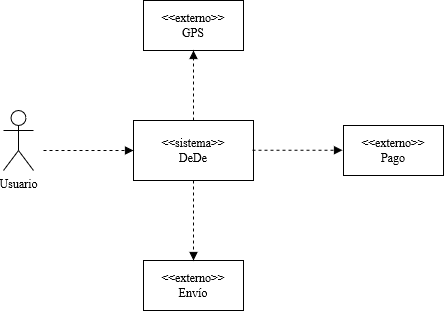
Arquisoft/dede_es6a keeps this draw.io diagram as docs/images/diagrama-contexto-negocio.png. Above is the earlier version. Source tidied: cells renumbered, new cells last; positions are measured from the earlier drawing's top-left corner, leaving out a move shared by most shapes. Its diagram source:
```xml
<mxGraphModel>
  <root>
    <mxCell id="0" />
    <mxCell id="1" parent="0" />
    <mxCell id="2" value="Usuario" style="shape=umlActor;verticalLabelPosition=bottom;verticalAlign=top;html=1;fontFamily=Times New Roman;" parent="1" vertex="1">
      <mxGeometry y="110" width="30" height="60" as="geometry" />
    </mxCell>
    <mxCell id="3" value="&lt;div&gt;&amp;lt;&amp;lt;sistema&amp;gt;&amp;gt;&lt;/div&gt;&lt;div&gt;DeDe&lt;br&gt;&lt;/div&gt;" style="rounded=0;whiteSpace=wrap;html=1;fontFamily=Times New Roman;" parent="1" vertex="1">
      <mxGeometry x="130" y="120" width="120" height="60" as="geometry" />
    </mxCell>
    <mxCell id="4" value="&lt;div&gt;&amp;lt;&amp;lt;&lt;font&gt;externo&lt;/font&gt;&amp;gt;&amp;gt;&lt;/div&gt;&lt;div&gt;Pago&lt;br&gt;&lt;/div&gt;" style="rounded=0;whiteSpace=wrap;html=1;fontFamily=Times New Roman;" parent="1" vertex="1">
      <mxGeometry x="340" y="125" width="100" height="50" as="geometry" />
    </mxCell>
    <mxCell id="5" value="&lt;div&gt;&amp;lt;&amp;lt;&lt;font&gt;externo&lt;/font&gt;&amp;gt;&amp;gt;&lt;/div&gt;&lt;div&gt;Envío&lt;br&gt;&lt;/div&gt;" style="rounded=0;whiteSpace=wrap;html=1;fontFamily=Times New Roman;" parent="1" vertex="1">
      <mxGeometry x="140" y="260" width="100" height="50" as="geometry" />
    </mxCell>
    <mxCell id="6" value="&lt;div&gt;&amp;lt;&amp;lt;&lt;font&gt;externo&lt;/font&gt;&amp;gt;&amp;gt;&lt;/div&gt;&lt;div&gt;GPS&lt;/div&gt;" style="rounded=0;whiteSpace=wrap;html=1;fontFamily=Times New Roman;" parent="1" vertex="1">
      <mxGeometry x="140" width="100" height="50" as="geometry" />
    </mxCell>
    <mxCell id="7" style="endArrow=block;html=1;rounded=0;fontFamily=Times New Roman;entryX=0;entryY=0.5;entryDx=0;entryDy=0;dashed=1;endFill=1;" parent="1" edge="1" target="3">
      <mxGeometry relative="1" as="geometry">
        <mxPoint x="40" y="150" as="sourcePoint" />
      </mxGeometry>
    </mxCell>
    <mxCell id="8" style="endArrow=block;html=1;rounded=0;fontFamily=Times New Roman;entryX=0.5;entryY=1;entryDx=0;entryDy=0;dashed=1;endFill=1;exitX=0.5;exitY=0;exitDx=0;exitDy=0;" parent="1" edge="1" source="3" target="6">
      <mxGeometry relative="1" as="geometry" />
    </mxCell>
    <mxCell id="9" style="endArrow=block;html=1;rounded=0;fontFamily=Times New Roman;entryX=0;entryY=0.5;entryDx=0;entryDy=0;dashed=1;endFill=1;" parent="1" edge="1">
      <mxGeometry relative="1" as="geometry">
        <mxPoint x="249" y="149.7" as="sourcePoint" />
        <mxPoint x="339" y="149.7" as="targetPoint" />
      </mxGeometry>
    </mxCell>
    <mxCell id="10" style="endArrow=block;html=1;rounded=0;fontFamily=Times New Roman;entryX=0.5;entryY=0;entryDx=0;entryDy=0;dashed=1;endFill=1;" parent="1" edge="1" target="5">
      <mxGeometry relative="1" as="geometry">
        <mxPoint x="190" y="180" as="sourcePoint" />
      </mxGeometry>
    </mxCell>
  </root>
</mxGraphModel>
```
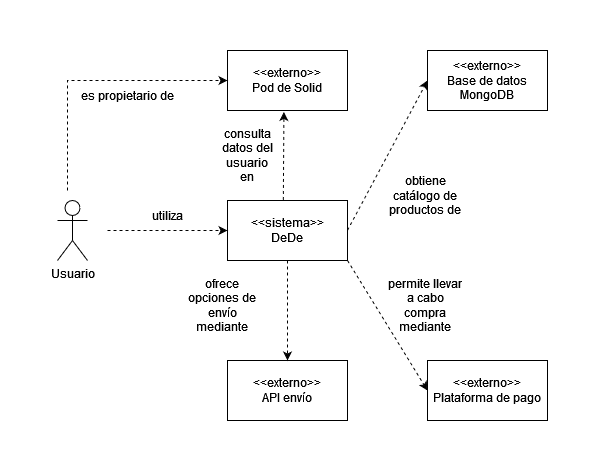
After the commit.

Change to the diagram source:
```diff
@@ -2,39 +2,71 @@
   <root>
     <mxCell id="0" />
     <mxCell id="1" parent="0" />
-    <mxCell id="2" value="Usuario" style="shape=umlActor;verticalLabelPosition=bottom;verticalAlign=top;html=1;fontFamily=Times New Roman;" parent="1" vertex="1">
-      <mxGeometry y="110" width="30" height="60" as="geometry" />
+    <mxCell id="2" value="Usuario" style="shape=umlActor;verticalLabelPosition=bottom;verticalAlign=top;html=1;" parent="1" vertex="1">
+      <mxGeometry x="-20" y="160" width="30" height="60" as="geometry" />
     </mxCell>
-    <mxCell id="3" value="&lt;div&gt;&amp;lt;&amp;lt;sistema&amp;gt;&amp;gt;&lt;/div&gt;&lt;div&gt;DeDe&lt;br&gt;&lt;/div&gt;" style="rounded=0;whiteSpace=wrap;html=1;fontFamily=Times New Roman;" parent="1" vertex="1">
-      <mxGeometry x="130" y="120" width="120" height="60" as="geometry" />
+    <mxCell id="3" value="&lt;div&gt;&amp;lt;&amp;lt;sistema&amp;gt;&amp;gt;&lt;/div&gt;&lt;div&gt;DeDe&lt;br&gt;&lt;/div&gt;" style="rounded=0;whiteSpace=wrap;html=1;" parent="1" vertex="1">
+      <mxGeometry x="150" y="160" width="120" height="60" as="geometry" />
     </mxCell>
-    <mxCell id="4" value="&lt;div&gt;&amp;lt;&amp;lt;&lt;font&gt;externo&lt;/font&gt;&amp;gt;&amp;gt;&lt;/div&gt;&lt;div&gt;Pago&lt;br&gt;&lt;/div&gt;" style="rounded=0;whiteSpace=wrap;html=1;fontFamily=Times New Roman;" parent="1" vertex="1">
-      <mxGeometry x="340" y="125" width="100" height="50" as="geometry" />
-    </mxCell>
-    <mxCell id="5" value="&lt;div&gt;&amp;lt;&amp;lt;&lt;font&gt;externo&lt;/font&gt;&amp;gt;&amp;gt;&lt;/div&gt;&lt;div&gt;Envío&lt;br&gt;&lt;/div&gt;" style="rounded=0;whiteSpace=wrap;html=1;fontFamily=Times New Roman;" parent="1" vertex="1">
-      <mxGeometry x="140" y="260" width="100" height="50" as="geometry" />
-    </mxCell>
-    <mxCell id="6" value="&lt;div&gt;&amp;lt;&amp;lt;&lt;font&gt;externo&lt;/font&gt;&amp;gt;&amp;gt;&lt;/div&gt;&lt;div&gt;GPS&lt;/div&gt;" style="rounded=0;whiteSpace=wrap;html=1;fontFamily=Times New Roman;" parent="1" vertex="1">
-      <mxGeometry x="140" width="100" height="50" as="geometry" />
-    </mxCell>
-    <mxCell id="7" style="endArrow=block;html=1;rounded=0;fontFamily=Times New Roman;entryX=0;entryY=0.5;entryDx=0;entryDy=0;dashed=1;endFill=1;" parent="1" edge="1" target="3">
-      <mxGeometry relative="1" as="geometry">
-        <mxPoint x="40" y="150" as="sourcePoint" />
-      </mxGeometry>
-    </mxCell>
-    <mxCell id="8" style="endArrow=block;html=1;rounded=0;fontFamily=Times New Roman;entryX=0.5;entryY=1;entryDx=0;entryDy=0;dashed=1;endFill=1;exitX=0.5;exitY=0;exitDx=0;exitDy=0;" parent="1" edge="1" source="3" target="6">
-      <mxGeometry relative="1" as="geometry" />
-    </mxCell>
-    <mxCell id="9" style="endArrow=block;html=1;rounded=0;fontFamily=Times New Roman;entryX=0;entryY=0.5;entryDx=0;entryDy=0;dashed=1;endFill=1;" parent="1" edge="1">
-      <mxGeometry relative="1" as="geometry">
-        <mxPoint x="249" y="149.7" as="sourcePoint" />
-        <mxPoint x="339" y="149.7" as="targetPoint" />
-      </mxGeometry>
-    </mxCell>
-    <mxCell id="10" style="endArrow=block;html=1;rounded=0;fontFamily=Times New Roman;entryX=0.5;entryY=0;entryDx=0;entryDy=0;dashed=1;endFill=1;" parent="1" edge="1" target="5">
-      <mxGeometry relative="1" as="geometry">
-        <mxPoint x="190" y="180" as="sourcePoint" />
-      </mxGeometry>
-    </mxCell>
+    <mxCell id="11" style="endArrow=classic;html=1;rounded=0;entryX=0;entryY=0.5;entryDx=0;entryDy=0;dashed=1;" parent="1" edge="1" target="3">
+      <mxGeometry relative="1" as="geometry">
+        <mxPoint x="30" y="190" as="sourcePoint" />
+      </mxGeometry>
+    </mxCell>
+    <mxCell id="12" value="&lt;div&gt;&amp;lt;&amp;lt;externo&amp;gt;&amp;gt;&lt;/div&gt;&lt;div&gt;Pod de Solid&lt;br&gt;&lt;/div&gt;" style="rounded=0;whiteSpace=wrap;html=1;" parent="1" vertex="1">
+      <mxGeometry x="150" y="10" width="120" height="60" as="geometry" />
+    </mxCell>
+    <mxCell id="13" style="endArrow=classic;html=1;rounded=0;entryX=0.47;entryY=1.024;entryDx=0;entryDy=0;dashed=1;entryPerimeter=0;exitX=0.465;exitY=-0.01;exitDx=0;exitDy=0;exitPerimeter=0;" parent="1" edge="1" source="3" target="12">
+      <mxGeometry relative="1" as="geometry" />
+    </mxCell>
+    <mxCell id="14" style="endArrow=classic;html=1;rounded=0;entryX=0;entryY=0.5;entryDx=0;entryDy=0;dashed=1;" parent="1" edge="1" target="12">
+      <mxGeometry relative="1" as="geometry">
+        <mxPoint x="-10" y="150" as="sourcePoint" />
+        <Array as="points">
+          <mxPoint x="-10" y="40" />
+        </Array>
+      </mxGeometry>
+    </mxCell>
+    <mxCell id="15" value="&lt;div&gt;&amp;lt;&amp;lt;externo&amp;gt;&amp;gt;&lt;/div&gt;&lt;div&gt;API envío&lt;br&gt;&lt;/div&gt;" style="rounded=0;whiteSpace=wrap;html=1;" parent="1" vertex="1">
+      <mxGeometry x="150" y="320" width="120" height="60" as="geometry" />
+    </mxCell>
+    <mxCell id="16" style="endArrow=classic;html=1;rounded=0;dashed=1;exitX=0.5;exitY=1;exitDx=0;exitDy=0;" parent="1" edge="1" source="3" target="15">
+      <mxGeometry relative="1" as="geometry" />
+    </mxCell>
+    <mxCell id="17" value="&lt;div&gt;&amp;lt;&amp;lt;externo&amp;gt;&amp;gt;&lt;/div&gt;&lt;div&gt;Base de datos MongoDB&lt;br&gt;&lt;/div&gt;" style="rounded=0;whiteSpace=wrap;html=1;" parent="1" vertex="1">
+      <mxGeometry x="350" y="10" width="120" height="60" as="geometry" />
+    </mxCell>
+    <mxCell id="18" style="endArrow=classic;html=1;rounded=0;entryX=0;entryY=0.5;entryDx=0;entryDy=0;dashed=1;" parent="1" edge="1" target="17">
+      <mxGeometry relative="1" as="geometry">
+        <mxPoint x="270" y="189.7" as="sourcePoint" />
+      </mxGeometry>
+    </mxCell>
+    <mxCell id="19" value="consulta datos del usuario en" style="text;html=1;strokeColor=none;fillColor=none;align=center;verticalAlign=middle;whiteSpace=wrap;rounded=0;" parent="1" vertex="1">
+      <mxGeometry x="140" y="100" width="60" height="30" as="geometry" />
+    </mxCell>
+    <mxCell id="20" value="es propietario de" style="text;html=1;strokeColor=none;fillColor=none;align=center;verticalAlign=middle;whiteSpace=wrap;rounded=0;" parent="1" vertex="1">
+      <mxGeometry y="40" width="100" height="30" as="geometry" />
+    </mxCell>
+    <mxCell id="21" value="utiliza" style="text;html=1;strokeColor=none;fillColor=none;align=center;verticalAlign=middle;whiteSpace=wrap;rounded=0;" parent="1" vertex="1">
+      <mxGeometry x="60" y="160" width="60" height="30" as="geometry" />
+    </mxCell>
+    <mxCell id="22" value="obtiene catálogo de productos de" style="text;html=1;strokeColor=none;fillColor=none;align=center;verticalAlign=middle;whiteSpace=wrap;rounded=0;" parent="1" vertex="1">
+      <mxGeometry x="310" y="140" width="76" height="30" as="geometry" />
+    </mxCell>
+    <mxCell id="23" value="ofrece opciones de envío mediante" style="text;html=1;strokeColor=none;fillColor=none;align=center;verticalAlign=middle;whiteSpace=wrap;rounded=0;" parent="1" vertex="1">
+      <mxGeometry x="110" y="250" width="70" height="30" as="geometry" />
+    </mxCell>
+    <mxCell id="24" value="&lt;div&gt;&amp;lt;&amp;lt;externo&amp;gt;&amp;gt;&lt;/div&gt;&lt;div&gt;Plataforma de pago&lt;br&gt;&lt;/div&gt;" style="rounded=0;whiteSpace=wrap;html=1;" parent="1" vertex="1">
+      <mxGeometry x="350" y="320" width="120" height="60" as="geometry" />
+    </mxCell>
+    <mxCell id="25" style="endArrow=classic;html=1;rounded=0;entryX=0;entryY=0.5;entryDx=0;entryDy=0;dashed=1;exitX=1;exitY=1;exitDx=0;exitDy=0;" parent="1" edge="1" source="3" target="24">
+      <mxGeometry relative="1" as="geometry" />
+    </mxCell>
+    <mxCell id="26" value="permite llevar a cabo compra mediante" style="text;html=1;strokeColor=none;fillColor=none;align=center;verticalAlign=middle;whiteSpace=wrap;rounded=0;" parent="1" vertex="1">
+      <mxGeometry x="310" y="250" width="76" height="30" as="geometry" />
+    </mxCell>
+    <mxCell id="27" style="edgeStyle=orthogonalEdgeStyle;rounded=0;orthogonalLoop=1;jettySize=auto;html=1;exitX=0.5;exitY=1;exitDx=0;exitDy=0;dashed=1;" parent="1" edge="1" source="22" target="22">
+      <mxGeometry relative="1" as="geometry" />
+    </mxCell>
   </root>
 </mxGraphModel>
```
